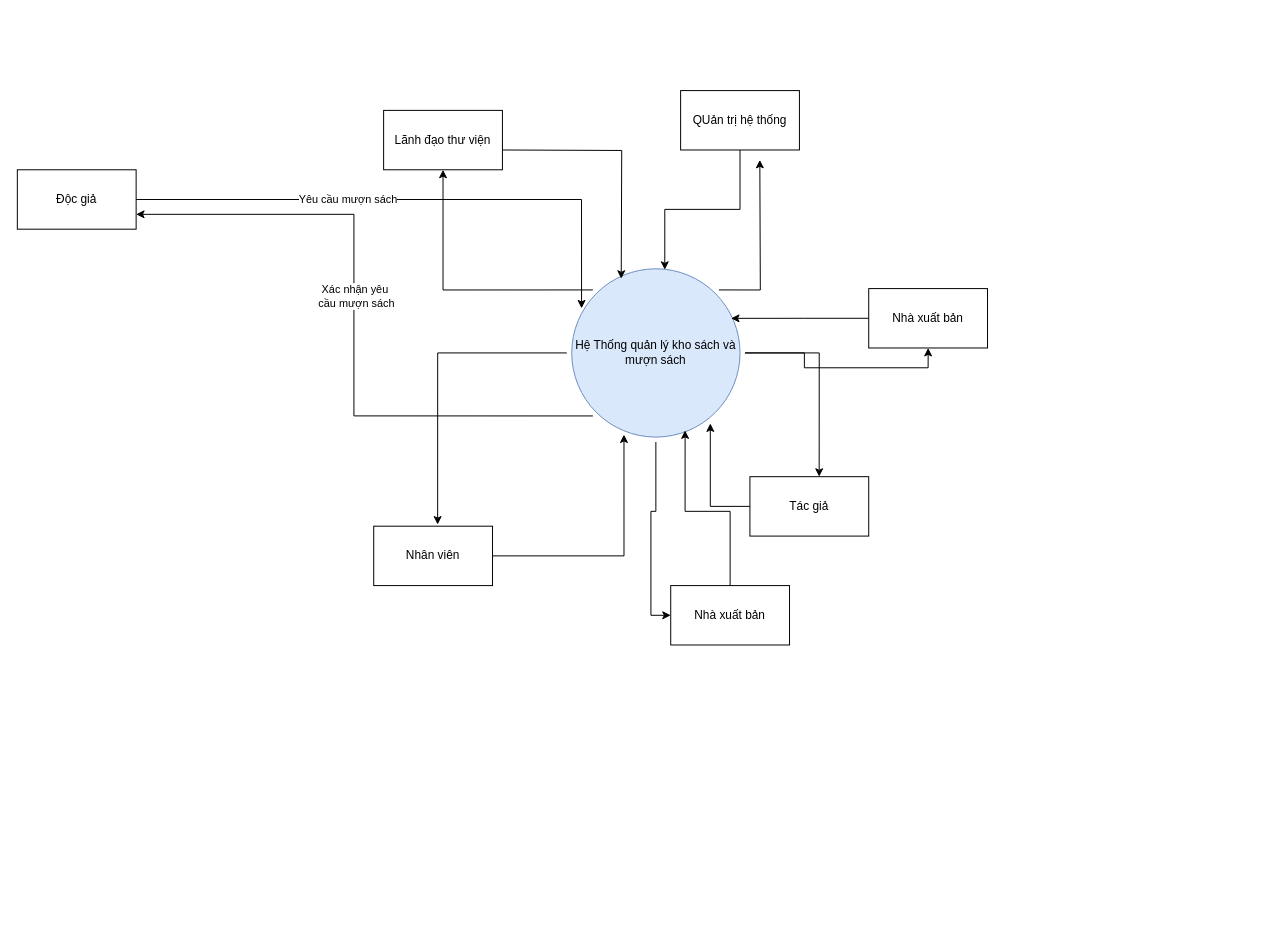
Before: page "NGỮ CẢNH" (2 of 4) of Biểu đồ không có tiêu đề.drawio in trunghai04/game-python, a draw.io diagram. Source tidied: cells renumbered, new cells numbered last; positions are measured from the earlier drawing's top-left corner, leaving out a move shared by most shapes. Both pictures are drawn from the tidied source at 99%, with x=0, y=0 at pixel (17, 90).
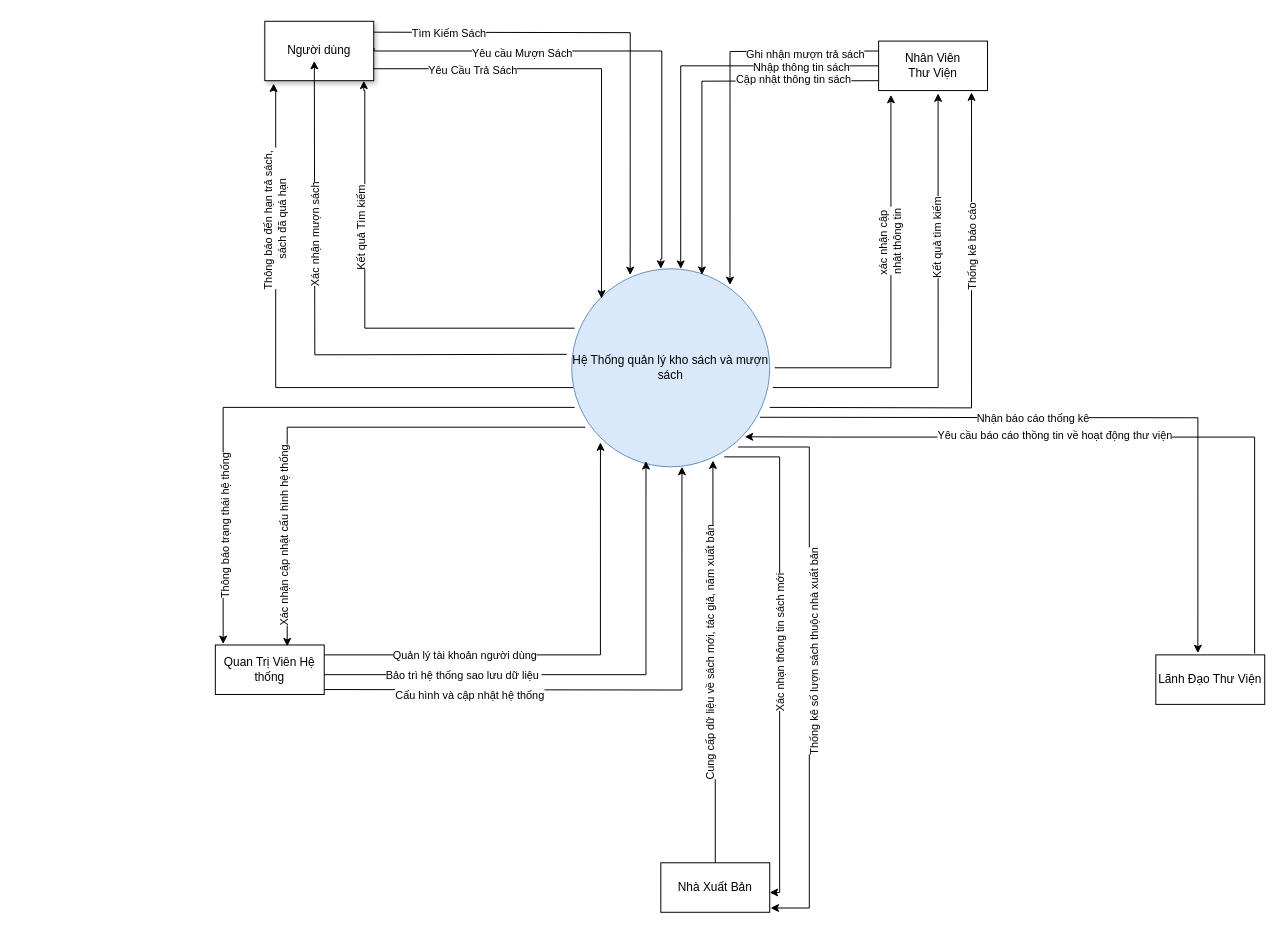
Above is the later version.

What changed in the source:
```diff
@@
-    <mxCell id="2" style="edgeStyle=orthogonalEdgeStyle;rounded=0;jettySize=auto;html=1;exitX=0;exitY=1;exitDx=0;exitDy=0;entryX=1;entryY=0.75;entryDx=0;entryDy=0;" parent="1" edge="1" source="7" target="9">
-      <mxGeometry relative="1" as="geometry" />
-    </mxCell>
-    <mxCell id="3" value="Xác nhận yêu&lt;div&gt;&amp;nbsp;cầu mượn sách&lt;/div&gt;" style="edgeLabel;html=1;align=center;verticalAlign=middle;" parent="2" vertex="1">
-      <mxGeometry x="0.09" relative="1" as="geometry" />
-    </mxCell>
-    <mxCell id="4" style="edgeStyle=orthogonalEdgeStyle;rounded=0;jettySize=auto;html=1;exitX=0;exitY=0;exitDx=0;exitDy=0;entryX=0.5;entryY=1;entryDx=0;entryDy=0;" parent="1" edge="1" source="7" target="8">
-      <mxGeometry relative="1" as="geometry" />
-    </mxCell>
-    <mxCell id="5" style="edgeStyle=orthogonalEdgeStyle;rounded=0;jettySize=auto;html=1;exitX=1;exitY=0;exitDx=0;exitDy=0;" parent="1" edge="1" source="7">
-      <mxGeometry relative="1" as="geometry">
-        <mxPoint x="750" y="70" as="targetPoint" />
-      </mxGeometry>
-    </mxCell>
-    <mxCell id="6" style="edgeStyle=orthogonalEdgeStyle;rounded=0;jettySize=auto;html=1;entryX=0.5;entryY=1;entryDx=0;entryDy=0;" parent="1" edge="1" source="7" target="14">
-      <mxGeometry relative="1" as="geometry" />
-    </mxCell>
+    <mxCell id="26" style="edgeStyle=orthogonalEdgeStyle;rounded=0;jettySize=auto;html=1;" parent="1" edge="1" source="7">
+      <mxGeometry relative="1" as="geometry">
+        <mxPoint x="350" y="-10" as="targetPoint" />
+        <Array as="points">
+          <mxPoint x="351" y="240" />
+          <mxPoint x="351" />
+          <mxPoint x="350" />
+        </Array>
+      </mxGeometry>
+    </mxCell>
+    <mxCell id="27" value="Kết quả Tìm kiếm" style="edgeLabel;html=1;align=center;verticalAlign=middle;rotation=270;" parent="26" vertex="1">
+      <mxGeometry x="0.59" y="3" relative="1" as="geometry">
+        <mxPoint y="56" as="offset" />
+      </mxGeometry>
+    </mxCell>
+    <mxCell id="28" style="edgeStyle=orthogonalEdgeStyle;rounded=0;jettySize=auto;html=1;entryX=0.081;entryY=1.048;entryDx=0;entryDy=0;entryPerimeter=0;" parent="1" edge="1" target="37">
+      <mxGeometry relative="1" as="geometry">
+        <mxPoint x="562.1" y="300" as="sourcePoint" />
+        <Array as="points">
+          <mxPoint x="261" y="300" />
+          <mxPoint x="261" />
+          <mxPoint x="259" />
+        </Array>
+      </mxGeometry>
+    </mxCell>
+    <mxCell id="29" value="Thông báo đến hạn trả sách,&amp;nbsp;&lt;div&gt;sách đã quá hạn&lt;/div&gt;" style="edgeLabel;html=1;align=center;verticalAlign=middle;rotation=270;" parent="28" vertex="1">
+      <mxGeometry x="0.62" y="1" relative="1" as="geometry">
+        <mxPoint y="24" as="offset" />
+      </mxGeometry>
+    </mxCell>
+    <mxCell id="30" style="edgeStyle=orthogonalEdgeStyle;rounded=0;jettySize=auto;html=1;entryX=0.546;entryY=1.057;entryDx=0;entryDy=0;entryPerimeter=0;" parent="1" edge="1" source="7" target="36">
+      <mxGeometry relative="1" as="geometry">
+        <Array as="points">
+          <mxPoint x="930" y="300" />
+        </Array>
+      </mxGeometry>
+    </mxCell>
+    <mxCell id="31" value="Kết quả tìm kiếm" style="edgeLabel;html=1;align=center;verticalAlign=middle;rotation=270;" parent="30" vertex="1">
+      <mxGeometry x="0.4" y="2" relative="1" as="geometry">
+        <mxPoint y="8" as="offset" />
+      </mxGeometry>
+    </mxCell>
+    <mxCell id="32" style="edgeStyle=orthogonalEdgeStyle;rounded=0;jettySize=auto;html=1;entryX=0.853;entryY=1.037;entryDx=0;entryDy=0;entryPerimeter=0;" parent="1" edge="1" target="36">
+      <mxGeometry relative="1" as="geometry">
+        <mxPoint x="760" y="320" as="sourcePoint" />
+      </mxGeometry>
+    </mxCell>
+    <mxCell id="33" value="Thống kê báo cáo" style="edgeLabel;html=1;align=center;verticalAlign=middle;rotation=270;" parent="32" vertex="1">
+      <mxGeometry x="0.4" relative="1" as="geometry" />
+    </mxCell>
+    <mxCell id="34" style="edgeStyle=orthogonalEdgeStyle;rounded=0;jettySize=auto;html=1;entryX=0.386;entryY=-0.035;entryDx=0;entryDy=0;entryPerimeter=0;" parent="1" edge="1" target="54">
+      <mxGeometry relative="1" as="geometry">
+        <mxPoint x="750" y="330" as="sourcePoint" />
+      </mxGeometry>
+    </mxCell>
+    <mxCell id="35" value="Nhận báo cáo thống kê" style="edgeLabel;html=1;align=center;verticalAlign=middle;" parent="34" vertex="1">
+      <mxGeometry x="-0.19" relative="1" as="geometry" />
+    </mxCell>
     <mxCell id="7" value="Hệ Thống quản lý kho sách và mượn sách" style="ellipse;whiteSpace=wrap;html=1;perimeterSpacing=5;fillColor=#dae8fc;strokeColor=#6c8ebf;" parent="1" vertex="1">
-      <mxGeometry x="560" y="180" width="170" height="170" as="geometry" />
+      <mxGeometry x="560" y="180" width="200" height="200" as="geometry" />
     </mxCell>
-    <mxCell id="8" value="Lãnh đạo thư viện" style="rounded=0;whiteSpace=wrap;html=1;" parent="1" vertex="1">
-      <mxGeometry x="370" y="20" width="120" height="60" as="geometry" />
-    </mxCell>
-    <mxCell id="9" value="Độc giả" style="rounded=0;whiteSpace=wrap;html=1;" parent="1" vertex="1">
-      <mxGeometry y="80" width="120" height="60" as="geometry" />
-    </mxCell>
-    <mxCell id="10" value="Nhà xuất bản" style="rounded=0;whiteSpace=wrap;html=1;" parent="1" vertex="1">
-      <mxGeometry x="660" y="500" width="120" height="60" as="geometry" />
-    </mxCell>
-    <mxCell id="11" style="edgeStyle=orthogonalEdgeStyle;rounded=0;jettySize=auto;html=1;" parent="1" edge="1" source="12" target="7">
-      <mxGeometry relative="1" as="geometry">
-        <Array as="points">
-          <mxPoint x="700" y="420" />
-        </Array>
-      </mxGeometry>
-    </mxCell>
-    <mxCell id="12" value="Tác giả" style="rounded=0;whiteSpace=wrap;html=1;" parent="1" vertex="1">
-      <mxGeometry x="740" y="390" width="120" height="60" as="geometry" />
-    </mxCell>
-    <mxCell id="13" style="edgeStyle=orthogonalEdgeStyle;rounded=0;jettySize=auto;html=1;entryX=0.922;entryY=0.306;entryDx=0;entryDy=0;entryPerimeter=0;" parent="1" edge="1" source="14" target="7">
-      <mxGeometry relative="1" as="geometry" />
-    </mxCell>
-    <mxCell id="14" value="Nhà xuất bản" style="rounded=0;whiteSpace=wrap;html=1;" parent="1" vertex="1">
-      <mxGeometry x="860" y="200" width="120" height="60" as="geometry" />
-    </mxCell>
-    <mxCell id="15" value="QUản trị hệ thống" style="rounded=0;whiteSpace=wrap;html=1;" parent="1" vertex="1">
-      <mxGeometry x="670" width="120" height="60" as="geometry" />
-    </mxCell>
-    <mxCell id="16" style="edgeStyle=orthogonalEdgeStyle;rounded=0;jettySize=auto;html=1;entryX=0.55;entryY=0.033;entryDx=0;entryDy=0;entryPerimeter=0;" parent="1" edge="1" source="15" target="7">
-      <mxGeometry relative="1" as="geometry" />
-    </mxCell>
-    <mxCell id="17" style="edgeStyle=orthogonalEdgeStyle;rounded=0;jettySize=auto;html=1;entryX=0.583;entryY=0;entryDx=0;entryDy=0;entryPerimeter=0;" parent="1" edge="1" source="7" target="12">
-      <mxGeometry relative="1" as="geometry" />
-    </mxCell>
-    <mxCell id="18" value="Nhân viên" style="rounded=0;whiteSpace=wrap;html=1;" parent="1" vertex="1">
-      <mxGeometry x="360" y="440" width="120" height="60" as="geometry" />
-    </mxCell>
-    <mxCell id="19" style="edgeStyle=orthogonalEdgeStyle;rounded=0;jettySize=auto;html=1;entryX=0.321;entryY=0.958;entryDx=0;entryDy=0;entryPerimeter=0;" parent="1" edge="1" source="18" target="7">
-      <mxGeometry relative="1" as="geometry" />
-    </mxCell>
-    <mxCell id="20" style="edgeStyle=orthogonalEdgeStyle;rounded=0;jettySize=auto;html=1;entryX=0.664;entryY=0.935;entryDx=0;entryDy=0;entryPerimeter=0;" parent="1" edge="1" source="10" target="7">
-      <mxGeometry relative="1" as="geometry" />
-    </mxCell>
-    <mxCell id="21" style="edgeStyle=orthogonalEdgeStyle;rounded=0;jettySize=auto;html=1;entryX=0;entryY=0.5;entryDx=0;entryDy=0;entryPerimeter=0;" parent="1" edge="1" source="7" target="10">
-      <mxGeometry relative="1" as="geometry" />
-    </mxCell>
-    <mxCell id="22" style="edgeStyle=orthogonalEdgeStyle;rounded=0;jettySize=auto;html=1;entryX=0.083;entryY=0.25;entryDx=0;entryDy=0;entryPerimeter=0;" parent="1" edge="1" source="9" target="7">
-      <mxGeometry relative="1" as="geometry" />
-    </mxCell>
-    <mxCell id="23" value="Yêu cầu mượn sách" style="edgeLabel;html=1;align=center;verticalAlign=middle;" parent="22" vertex="1">
-      <mxGeometry x="-0.24" y="1" relative="1" as="geometry" />
-    </mxCell>
-    <mxCell id="24" style="edgeStyle=orthogonalEdgeStyle;rounded=0;jettySize=auto;html=1;entryX=0.538;entryY=-0.028;entryDx=0;entryDy=0;entryPerimeter=0;" parent="1" edge="1" source="7" target="18">
-      <mxGeometry relative="1" as="geometry" />
-    </mxCell>
-    <mxCell id="25" style="edgeStyle=orthogonalEdgeStyle;rounded=0;orthogonalLoop=1;jettySize=auto;html=1;" parent="1" edge="1">
-      <mxGeometry relative="1" as="geometry">
-        <mxPoint x="490" y="60" as="sourcePoint" />
-        <mxPoint x="610" y="190" as="targetPoint" />
-      </mxGeometry>
-    </mxCell>
+    <mxCell id="36" value="Nhân Viên&lt;div&gt;Thư Viện&lt;/div&gt;" style="html=1;whiteSpace=wrap;" parent="1" vertex="1">
+      <mxGeometry x="870" y="-50" width="110" height="50" as="geometry" />
+    </mxCell>
+    <mxCell id="37" value="Người dùng" style="html=1;whiteSpace=wrap;shadow=1;" parent="1" vertex="1">
+      <mxGeometry x="250" y="-70" width="110" height="60" as="geometry" />
+    </mxCell>
+    <mxCell id="38" style="edgeStyle=orthogonalEdgeStyle;rounded=0;jettySize=auto;html=1;exitX=0.992;exitY=0.799;exitDx=0;exitDy=0;exitPerimeter=0;entryX=0.167;entryY=0.167;entryDx=0;entryDy=0;entryPerimeter=0;" parent="1" edge="1" source="37" target="7">
+      <mxGeometry relative="1" as="geometry" />
+    </mxCell>
+    <mxCell id="39" value="Yêu Cầu Trả Sách" style="edgeLabel;html=1;align=center;verticalAlign=middle;" parent="38" vertex="1">
+      <mxGeometry x="-0.57" y="-2" relative="1" as="geometry" />
+    </mxCell>
+    <mxCell id="40" style="edgeStyle=orthogonalEdgeStyle;rounded=0;jettySize=auto;html=1;exitX=1.004;exitY=0.451;exitDx=0;exitDy=0;exitPerimeter=0;" parent="1" edge="1" source="37">
+      <mxGeometry relative="1" as="geometry">
+        <mxPoint x="650" y="180" as="targetPoint" />
+        <Array as="points">
+          <mxPoint x="360" y="-40" />
+          <mxPoint x="651" y="-40" />
+          <mxPoint x="651" y="170" />
+          <mxPoint x="650" y="170" />
+        </Array>
+      </mxGeometry>
+    </mxCell>
+    <mxCell id="41" value="Yêu cầu Mượn Sách" style="edgeLabel;html=1;align=center;verticalAlign=middle;" parent="40" vertex="1">
+      <mxGeometry x="-0.41" y="-2" relative="1" as="geometry" />
+    </mxCell>
+    <mxCell id="42" style="edgeStyle=orthogonalEdgeStyle;rounded=0;orthogonalLoop=1;jettySize=auto;html=1;" parent="1" edge="1">
+      <mxGeometry relative="1" as="geometry">
+        <mxPoint x="555" y="266.4" as="sourcePoint" />
+        <mxPoint x="300" y="-30" as="targetPoint" />
+      </mxGeometry>
+    </mxCell>
+    <mxCell id="43" value="Xác nhận mượn sách" style="edgeLabel;html=1;align=center;verticalAlign=middle;rotation=270;" parent="42" vertex="1">
+      <mxGeometry x="0.36" relative="1" as="geometry" />
+    </mxCell>
+    <mxCell id="44" style="edgeStyle=orthogonalEdgeStyle;rounded=0;jettySize=auto;html=1;entryX=0.305;entryY=0.054;entryDx=0;entryDy=0;entryPerimeter=0;" parent="1" edge="1" target="7">
+      <mxGeometry relative="1" as="geometry">
+        <mxPoint x="360" y="-59" as="sourcePoint" />
+      </mxGeometry>
+    </mxCell>
+    <mxCell id="45" value="Tìm Kiếm Sách" style="edgeLabel;html=1;align=center;verticalAlign=middle;" parent="44" vertex="1">
+      <mxGeometry x="-0.7" relative="1" as="geometry" />
+    </mxCell>
+    <mxCell id="46" style="edgeStyle=orthogonalEdgeStyle;rounded=0;jettySize=auto;html=1;entryX=0.548;entryY=0.024;entryDx=0;entryDy=0;entryPerimeter=0;" parent="1" edge="1" source="36" target="7">
+      <mxGeometry relative="1" as="geometry" />
+    </mxCell>
+    <mxCell id="47" value="Nhập thông tin sách" style="edgeLabel;html=1;align=center;verticalAlign=middle;" parent="46" vertex="1">
+      <mxGeometry x="-0.61" y="1" relative="1" as="geometry" />
+    </mxCell>
+    <mxCell id="48" style="edgeStyle=orthogonalEdgeStyle;rounded=0;jettySize=auto;html=1;entryX=0.65;entryY=0.053;entryDx=0;entryDy=0;entryPerimeter=0;" parent="1" edge="1" target="7">
+      <mxGeometry relative="1" as="geometry">
+        <mxPoint x="870" y="-10" as="sourcePoint" />
+      </mxGeometry>
+    </mxCell>
+    <mxCell id="49" value="Cập nhật thông tin sách" style="edgeLabel;html=1;align=center;verticalAlign=middle;" parent="48" vertex="1">
+      <mxGeometry x="-0.54" y="-2" relative="1" as="geometry" />
+    </mxCell>
+    <mxCell id="50" style="edgeStyle=orthogonalEdgeStyle;rounded=0;jettySize=auto;html=1;entryX=0.785;entryY=0.102;entryDx=0;entryDy=0;entryPerimeter=0;" parent="1" edge="1" target="7">
+      <mxGeometry relative="1" as="geometry">
+        <mxPoint x="870" y="-40" as="sourcePoint" />
+      </mxGeometry>
+    </mxCell>
+    <mxCell id="51" value="Ghi nhận mượn trả sách" style="edgeLabel;html=1;align=center;verticalAlign=middle;" parent="50" vertex="1">
+      <mxGeometry x="-0.61" y="3" relative="1" as="geometry" />
+    </mxCell>
+    <mxCell id="52" style="edgeStyle=orthogonalEdgeStyle;rounded=0;jettySize=auto;html=1;entryX=0.113;entryY=1.086;entryDx=0;entryDy=0;entryPerimeter=0;" parent="1" edge="1" source="7" target="36">
+      <mxGeometry relative="1" as="geometry" />
+    </mxCell>
+    <mxCell id="53" value="xác nhận cập&amp;nbsp;&lt;div&gt;nhật thông tin&lt;/div&gt;" style="edgeLabel;html=1;align=center;verticalAlign=middle;rotation=270;" parent="52" vertex="1">
+      <mxGeometry x="0.24" y="1" relative="1" as="geometry" />
+    </mxCell>
+    <mxCell id="54" value="Lãnh Đạo Thư Viện" style="html=1;whiteSpace=wrap;" parent="1" vertex="1">
+      <mxGeometry x="1150" y="570" width="110" height="50" as="geometry" />
+    </mxCell>
+    <mxCell id="55" style="edgeStyle=orthogonalEdgeStyle;rounded=0;jettySize=auto;html=1;entryX=0.381;entryY=0.949;entryDx=0;entryDy=0;entryPerimeter=0;" parent="1" edge="1" source="57" target="7">
+      <mxGeometry relative="1" as="geometry">
+        <Array as="points">
+          <mxPoint x="635" y="590" />
+        </Array>
+      </mxGeometry>
+    </mxCell>
+    <mxCell id="56" value="Bảo trì hệ thống sao lưu dữ liệu&amp;nbsp;" style="edgeLabel;html=1;align=center;verticalAlign=middle;" parent="55" vertex="1">
+      <mxGeometry x="-0.59" y="-3" relative="1" as="geometry">
+        <mxPoint x="29" y="-3" as="offset" />
+      </mxGeometry>
+    </mxCell>
+    <mxCell id="57" value="Quan Trị Viên Hệ thống" style="html=1;whiteSpace=wrap;" parent="1" vertex="1">
+      <mxGeometry x="200" y="560" width="110" height="50" as="geometry" />
+    </mxCell>
+    <mxCell id="58" style="edgeStyle=orthogonalEdgeStyle;rounded=0;jettySize=auto;html=1;entryX=0.072;entryY=-0.02;entryDx=0;entryDy=0;entryPerimeter=0;" parent="1" edge="1" source="7" target="57">
+      <mxGeometry relative="1" as="geometry">
+        <Array as="points">
+          <mxPoint x="208" y="320" />
+        </Array>
+      </mxGeometry>
+    </mxCell>
+    <mxCell id="59" value="Thông báo trạng thái hệ thống" style="edgeLabel;html=1;align=center;verticalAlign=middle;rotation=270;" parent="58" vertex="1">
+      <mxGeometry x="-0.3" y="-1" relative="1" as="geometry">
+        <mxPoint x="-146" y="121" as="offset" />
+      </mxGeometry>
+    </mxCell>
+    <mxCell id="60" style="edgeStyle=orthogonalEdgeStyle;rounded=0;jettySize=auto;html=1;entryX=0.66;entryY=0.027;entryDx=0;entryDy=0;entryPerimeter=0;" parent="1" edge="1" source="7" target="57">
+      <mxGeometry relative="1" as="geometry">
+        <Array as="points">
+          <mxPoint x="273" y="340" />
+        </Array>
+      </mxGeometry>
+    </mxCell>
+    <mxCell id="61" value="Xác nhận cập nhật cấu hình hệ thống" style="edgeLabel;html=1;align=center;verticalAlign=middle;rotation=270;" parent="60" vertex="1">
+      <mxGeometry x="-0.33" relative="1" as="geometry">
+        <mxPoint x="-130" y="110" as="offset" />
+      </mxGeometry>
+    </mxCell>
+    <mxCell id="62" style="edgeStyle=orthogonalEdgeStyle;rounded=0;jettySize=auto;html=1;entryX=0.162;entryY=0.859;entryDx=0;entryDy=0;entryPerimeter=0;" parent="1" edge="1" source="57" target="7">
+      <mxGeometry relative="1" as="geometry">
+        <Array as="points">
+          <mxPoint x="589" y="570" />
+        </Array>
+      </mxGeometry>
+    </mxCell>
+    <mxCell id="63" value="Quản lý tài khoản người dùng" style="edgeLabel;html=1;align=center;verticalAlign=middle;" parent="62" vertex="1">
+      <mxGeometry x="-0.58" relative="1" as="geometry">
+        <mxPoint x="37" as="offset" />
+      </mxGeometry>
+    </mxCell>
+    <mxCell id="64" style="edgeStyle=orthogonalEdgeStyle;rounded=0;jettySize=auto;html=1;entryX=0.554;entryY=0.976;entryDx=0;entryDy=0;entryPerimeter=0;" parent="1" edge="1" target="7">
+      <mxGeometry relative="1" as="geometry">
+        <mxPoint x="310" y="605" as="sourcePoint" />
+      </mxGeometry>
+    </mxCell>
+    <mxCell id="65" value="Cấu hình và cập nhật hệ thống" style="edgeLabel;html=1;align=center;verticalAlign=middle;" parent="64" vertex="1">
+      <mxGeometry x="-0.3" relative="1" as="geometry">
+        <mxPoint x="-58" y="5" as="offset" />
+      </mxGeometry>
+    </mxCell>
+    <mxCell id="66" value="Nhà Xuất Bản" style="html=1;whiteSpace=wrap;" parent="1" vertex="1">
+      <mxGeometry x="650" y="780" width="110" height="50" as="geometry" />
+    </mxCell>
+    <mxCell id="67" style="edgeStyle=orthogonalEdgeStyle;rounded=0;jettySize=auto;html=1;entryX=0.703;entryY=0.946;entryDx=0;entryDy=0;entryPerimeter=0;" parent="1" edge="1" source="66" target="7">
+      <mxGeometry relative="1" as="geometry" />
+    </mxCell>
+    <mxCell id="68" value="Cung cấp dữ liệu về sách mới, tác giả, năm xuất bản" style="edgeLabel;html=1;align=center;verticalAlign=middle;rotation=270;" parent="67" vertex="1">
+      <mxGeometry x="0.36" y="3" relative="1" as="geometry">
+        <mxPoint y="64" as="offset" />
+      </mxGeometry>
+    </mxCell>
+    <mxCell id="69" style="edgeStyle=orthogonalEdgeStyle;rounded=0;jettySize=auto;html=1;entryX=1;entryY=0.6;entryDx=0;entryDy=0;entryPerimeter=0;" parent="1" edge="1" source="7" target="66">
+      <mxGeometry relative="1" as="geometry">
+        <Array as="points">
+          <mxPoint x="770" y="370" />
+          <mxPoint x="770" y="810" />
+        </Array>
+      </mxGeometry>
+    </mxCell>
+    <mxCell id="70" value="Xác nhạn thông tin sách mới" style="edgeLabel;html=1;align=center;verticalAlign=middle;rotation=270;" parent="69" vertex="1">
+      <mxGeometry x="-0.03" relative="1" as="geometry" />
+    </mxCell>
+    <mxCell id="71" style="edgeStyle=orthogonalEdgeStyle;rounded=0;jettySize=auto;html=1;entryX=1.008;entryY=0.913;entryDx=0;entryDy=0;entryPerimeter=0;" parent="1" edge="1" source="7" target="66">
+      <mxGeometry relative="1" as="geometry">
+        <Array as="points">
+          <mxPoint x="800" y="360" />
+          <mxPoint x="800" y="826" />
+        </Array>
+      </mxGeometry>
+    </mxCell>
+    <mxCell id="72" value="Thống kê số lượn sách thuộc nhà xuất bản" style="edgeLabel;html=1;align=center;verticalAlign=middle;rotation=270;" parent="71" vertex="1">
+      <mxGeometry x="-0.03" y="4" relative="1" as="geometry" />
+    </mxCell>
+    <mxCell id="73" style="edgeStyle=orthogonalEdgeStyle;rounded=0;jettySize=auto;html=1;exitX=0.816;exitY=-0.024;exitDx=0;exitDy=0;exitPerimeter=0;entryX=0.856;entryY=0.832;entryDx=0;entryDy=0;entryPerimeter=0;" parent="1" edge="1" target="7">
+      <mxGeometry relative="1" as="geometry">
+        <mxPoint x="1249.8" y="568.8" as="sourcePoint" />
+        <Array as="points">
+          <mxPoint x="1250" y="350" />
+          <mxPoint x="820" y="350" />
+        </Array>
+      </mxGeometry>
+    </mxCell>
+    <mxCell id="74" value="Yêu cầu báo cáo thồng tin về hoạt động thư viện" style="edgeLabel;html=1;align=center;verticalAlign=middle;" parent="73" vertex="1">
+      <mxGeometry x="0.15" y="-3" relative="1" as="geometry">
+        <mxPoint x="1" as="offset" />
+      </mxGeometry>
+    </mxCell>
```
